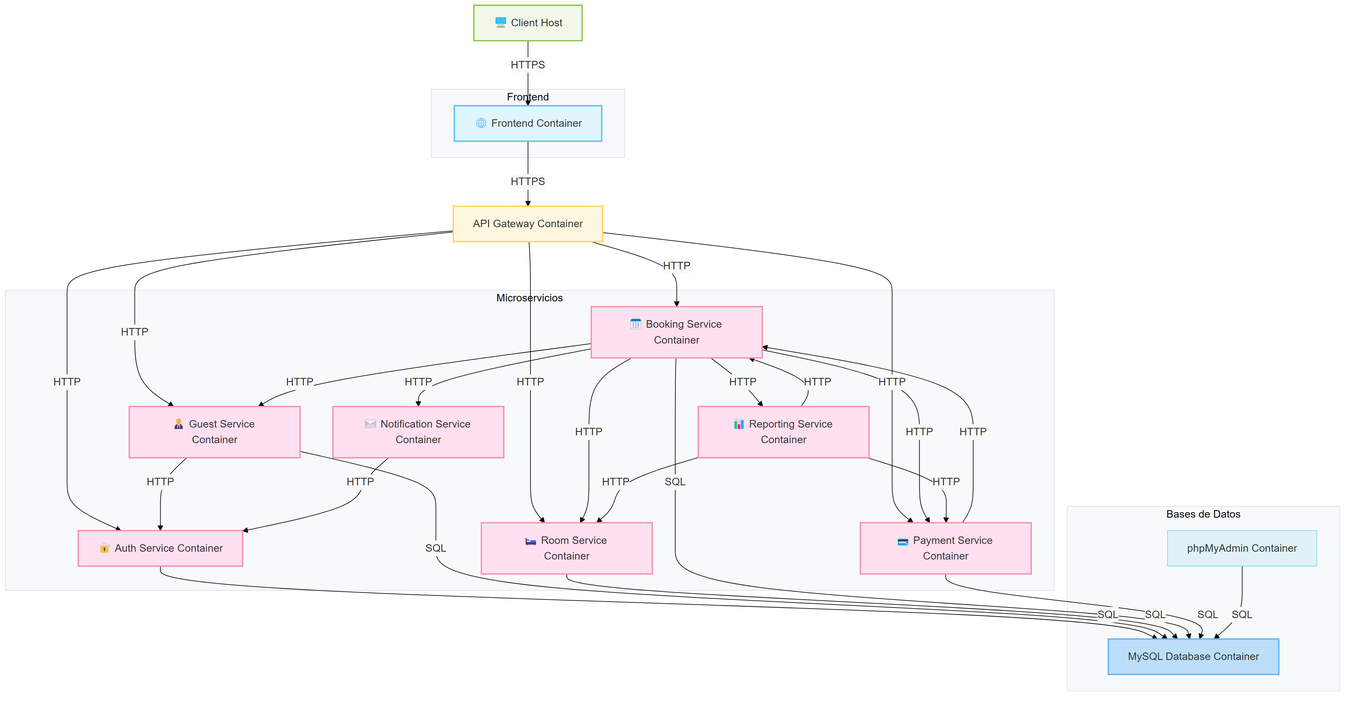
Before: documentation/diagrams/containers/containers.png, a diagram exported from Mermaid (up220672/innaly). Its source is kept beside it as documentation/diagrams/containers/containers.mmd. Its diagram source:
```mermaid
%%{init: {'theme': 'base', 'themeVariables': {
    'primaryColor': '#f8f9fa',
    'primaryBorderColor': '#ced4da',
    'clusterBkg': '#f8f9fa',
    'clusterBorder': '#dee2e6',
    'fontFamily': 'Arial'
}}}%%

flowchart TD
    classDef frontend_c fill:#E1F5FE,stroke:#4FC3F7,stroke-width:2px
    classDef gateway_c fill:#FFF8E1,stroke:#FFD54F,stroke-width:2px
    classDef service_c fill:#FFE0F0,stroke:#F48FB1,stroke-width:2px
    classDef db_c fill:#BBDEFB,stroke:#64B5F6,stroke-width:2px
    classDef admin_tool_c fill:#E0F2F7,stroke:#81D4FA
    classDef client_c fill:#F1F8E9,stroke:#8BC34A,stroke-width:2px

    GW_C["API Gateway Container"]:::gateway_c

    CLIENT_HOST_C["🖥️ Client Host"]:::client_c

    subgraph Frontend
        FRONTEND_C["🌐 Frontend Container"]:::frontend_c
    end

    subgraph Microservicios
        AUTH_C["🔐 Auth Service Container"]:::service_c
        GUEST_C["🧑‍💼 Guest Service Container"]:::service_c
        ROOM_C["🛏️ Room Service Container"]:::service_c
        BOOK_C["📅 Booking Service Container"]:::service_c
        PAY_C["💳 Payment Service Container"]:::service_c
        NOTIF_C["✉️ Notification Service Container"]:::service_c
        REPORT_C["📊 Reporting Service Container"]:::service_c
    end

    subgraph Bases de Datos
        MYSQL_DB_C["MySQL Database Container"]:::db_c
        PHPMYADMIN_C["phpMyAdmin Container"]:::admin_tool_c
    end

    CLIENT_HOST_C -->|HTTPS| FRONTEND_C
    FRONTEND_C -->|HTTPS| GW_C

    GW_C -->|HTTP| AUTH_C
    GW_C -->|HTTP| GUEST_C
    GW_C -->|HTTP| ROOM_C
    GW_C -->|HTTP| BOOK_C
    GW_C -->|HTTP| PAY_C

    BOOK_C -->|HTTP| ROOM_C
    BOOK_C -->|HTTP| PAY_C
    BOOK_C -->|HTTP| NOTIF_C
    BOOK_C -->|HTTP| REPORT_C
    BOOK_C -->|HTTP| GUEST_C
    GUEST_C -->|HTTP| AUTH_C
    PAY_C -->|HTTP| BOOK_C
    REPORT_C -->|HTTP| BOOK_C
    REPORT_C -->|HTTP| ROOM_C
    REPORT_C -->|HTTP| PAY_C
    NOTIF_C -->|HTTP| AUTH_C

    AUTH_C -->|SQL| MYSQL_DB_C
    GUEST_C -->|SQL| MYSQL_DB_C
    ROOM_C -->|SQL| MYSQL_DB_C
    BOOK_C -->|SQL| MYSQL_DB_C
    PAY_C -->|SQL| MYSQL_DB_C

    PHPMYADMIN_C -->|SQL| MYSQL_DB_C
```
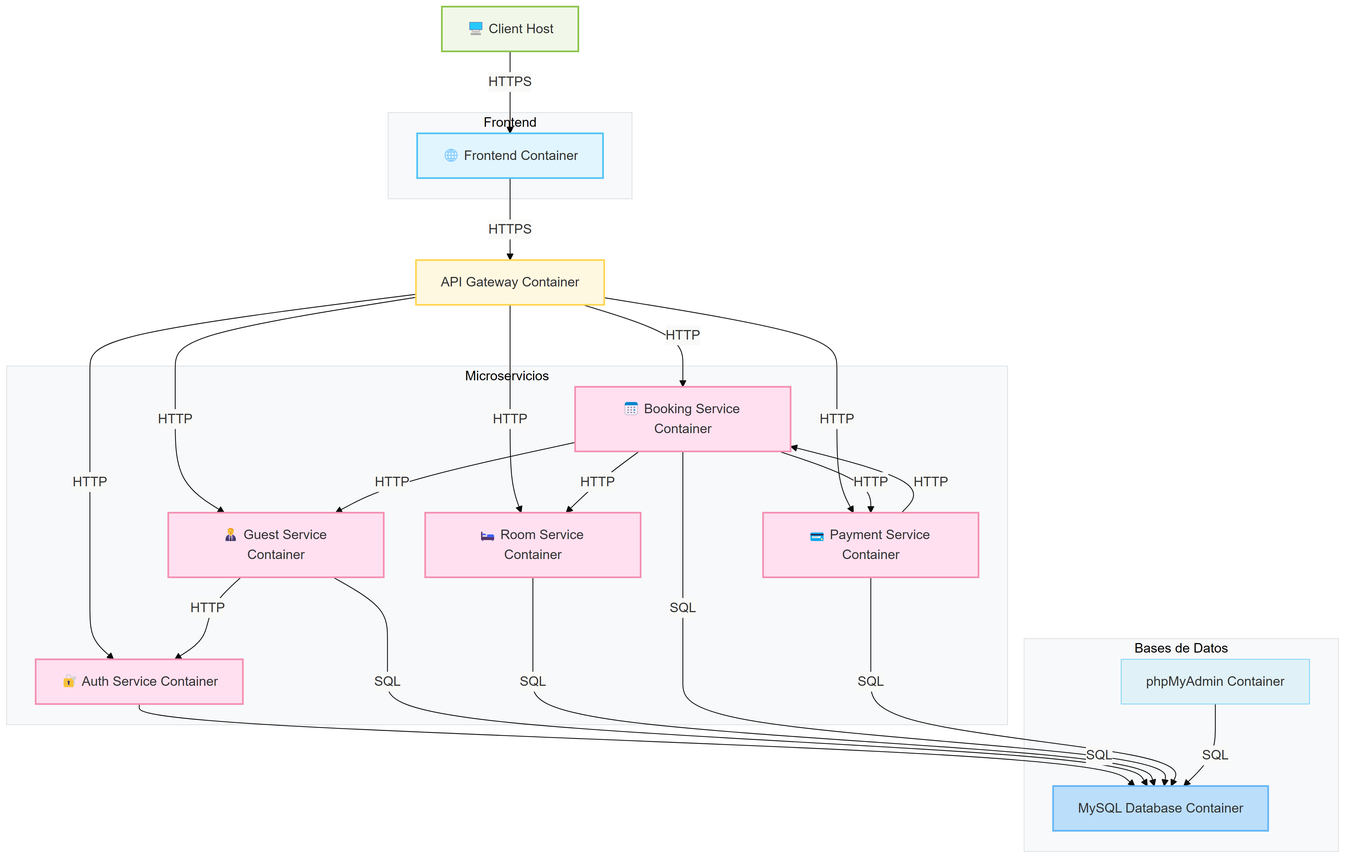
The same file after the commit.

Commit message:
fix: remove unused notification and reporting service containers from diagram

Diff of the diagram source:
```diff
@@ -28,8 +28,6 @@
         ROOM_C["🛏️ Room Service Container"]:::service_c
         BOOK_C["📅 Booking Service Container"]:::service_c
         PAY_C["💳 Payment Service Container"]:::service_c
-        NOTIF_C["✉️ Notification Service Container"]:::service_c
-        REPORT_C["📊 Reporting Service Container"]:::service_c
     end
 
     subgraph Bases de Datos
@@ -48,15 +46,9 @@
 
     BOOK_C -->|HTTP| ROOM_C
     BOOK_C -->|HTTP| PAY_C
-    BOOK_C -->|HTTP| NOTIF_C
-    BOOK_C -->|HTTP| REPORT_C
     BOOK_C -->|HTTP| GUEST_C
     GUEST_C -->|HTTP| AUTH_C
     PAY_C -->|HTTP| BOOK_C
-    REPORT_C -->|HTTP| BOOK_C
-    REPORT_C -->|HTTP| ROOM_C
-    REPORT_C -->|HTTP| PAY_C
-    NOTIF_C -->|HTTP| AUTH_C
 
     AUTH_C -->|SQL| MYSQL_DB_C
     GUEST_C -->|SQL| MYSQL_DB_C
```
